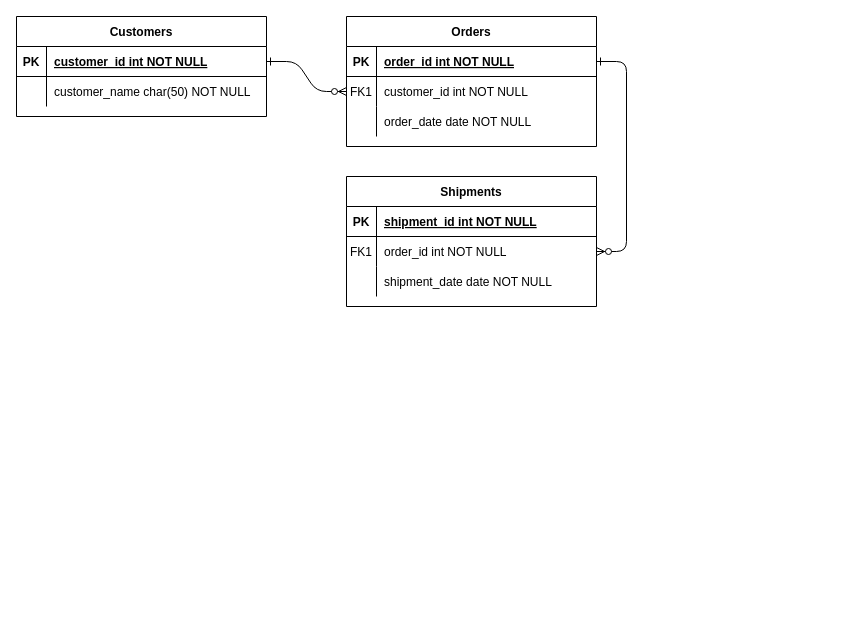
Earlier version of the draw.io diagram src/api/v1/Untitled Diagram.drawio (tuantransn2001/NestJS-E-Commerce-API). Source tidied: cells renumbered, new cells numbered last; positions are measured from the earlier drawing's top-left corner, leaving out a move shared by most shapes. Both pictures are drawn from the tidied source at 100%, with x=0, y=0 at pixel (16, 16).
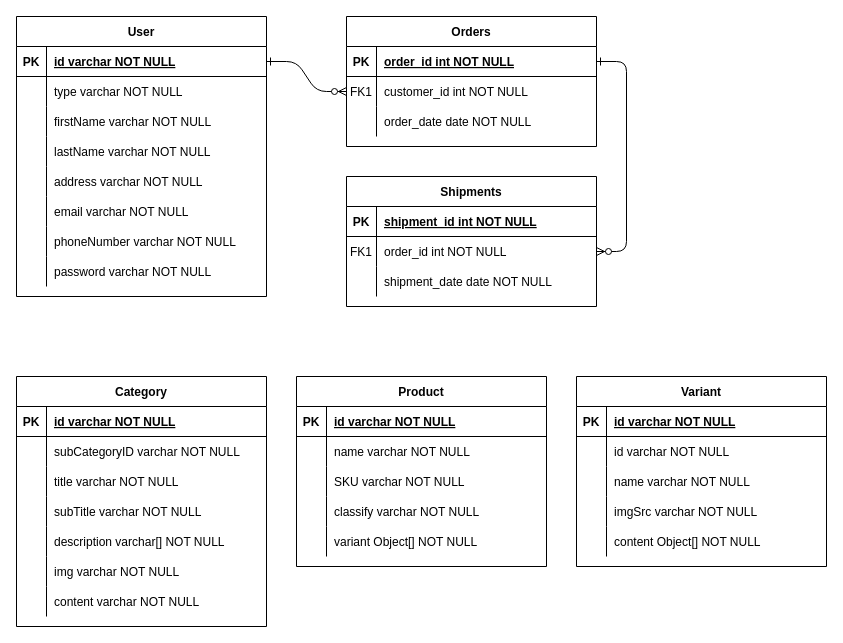
The same diagram, later.

The change refers to these unchanged cells:
```xml
<mxCell id="25" style="shape=partialRectangle;fillColor=none;points=[[0,0.5],[1,0.5]];portConstraint=eastwest;top=0;left=0;right=0;bottom=1;" parent="24" vertex="1">
  <mxGeometry y="30" width="250" height="30" as="geometry" />
</mxCell>
```

Diff of the diagram source:
```diff
@@
-    <mxCell id="24" value="Customers" style="shape=table;startSize=30;childLayout=tableLayout;rowLines=0;fontStyle=1;align=center;" parent="1" vertex="1">
-      <mxGeometry width="250" height="100" as="geometry" />
+    <mxCell id="24" value="User" style="shape=table;startSize=30;childLayout=tableLayout;rowLines=0;fontStyle=1;align=center;" parent="1" vertex="1">
+      <mxGeometry width="250" height="280" as="geometry" />
     </mxCell>
@@
-    <mxCell id="27" value="customer_id int NOT NULL " style="shape=partialRectangle;overflow=hidden;fillColor=none;top=0;left=0;bottom=0;right=0;align=left;spacingLeft=6;fontStyle=5;" parent="25" vertex="1">
+    <mxCell id="27" value="id varchar NOT NULL " style="shape=partialRectangle;overflow=hidden;fillColor=none;top=0;left=0;bottom=0;right=0;align=left;spacingLeft=6;fontStyle=5;" parent="25" vertex="1">
       <mxGeometry x="30" width="220" height="30" as="geometry" />
     </mxCell>
-    <mxCell id="28" style="shape=partialRectangle;fillColor=none;top=0;left=0;right=0;bottom=0;" parent="24" vertex="1">
-      <mxGeometry y="60" width="250" height="30" as="geometry" />
-    </mxCell>
-    <mxCell id="29" style="shape=partialRectangle;overflow=hidden;fillColor=none;top=0;left=0;bottom=0;right=0;" parent="28" vertex="1">
-      <mxGeometry width="30" height="30" as="geometry" />
-    </mxCell>
-    <mxCell id="30" value="customer_name char(50) NOT NULL" style="shape=partialRectangle;overflow=hidden;fillColor=none;top=0;left=0;bottom=0;right=0;align=left;spacingLeft=6;" parent="28" vertex="1">
-      <mxGeometry x="30" width="220" height="30" as="geometry" />
-    </mxCell>
+    <mxCell id="31" style="shape=partialRectangle;fillColor=none;top=0;left=0;right=0;bottom=0;" parent="24" vertex="1">
+      <mxGeometry y="60" width="250" height="30" as="geometry" />
+    </mxCell>
+    <mxCell id="32" style="shape=partialRectangle;overflow=hidden;fillColor=none;top=0;left=0;bottom=0;right=0;" parent="31" vertex="1">
+      <mxGeometry width="30" height="30" as="geometry" />
+    </mxCell>
+    <mxCell id="33" value="type varchar NOT NULL" style="shape=partialRectangle;overflow=hidden;fillColor=none;top=0;left=0;bottom=0;right=0;align=left;spacingLeft=6;" parent="31" vertex="1">
+      <mxGeometry x="30" width="220" height="30" as="geometry" />
+    </mxCell>
+    <mxCell id="34" style="shape=partialRectangle;fillColor=none;top=0;left=0;right=0;bottom=0;" parent="24" vertex="1">
+      <mxGeometry y="90" width="250" height="30" as="geometry" />
+    </mxCell>
+    <mxCell id="35" style="shape=partialRectangle;overflow=hidden;fillColor=none;top=0;left=0;bottom=0;right=0;" parent="34" vertex="1">
+      <mxGeometry width="30" height="30" as="geometry" />
+    </mxCell>
+    <mxCell id="36" value="firstName varchar NOT NULL" style="shape=partialRectangle;overflow=hidden;fillColor=none;top=0;left=0;bottom=0;right=0;align=left;spacingLeft=6;" parent="34" vertex="1">
+      <mxGeometry x="30" width="220" height="30" as="geometry" />
+    </mxCell>
+    <mxCell id="37" style="shape=partialRectangle;fillColor=none;top=0;left=0;right=0;bottom=0;" parent="24" vertex="1">
+      <mxGeometry y="120" width="250" height="30" as="geometry" />
+    </mxCell>
+    <mxCell id="38" style="shape=partialRectangle;overflow=hidden;fillColor=none;top=0;left=0;bottom=0;right=0;" parent="37" vertex="1">
+      <mxGeometry width="30" height="30" as="geometry" />
+    </mxCell>
+    <mxCell id="39" value="lastName varchar NOT NULL" style="shape=partialRectangle;overflow=hidden;fillColor=none;top=0;left=0;bottom=0;right=0;align=left;spacingLeft=6;" parent="37" vertex="1">
+      <mxGeometry x="30" width="220" height="30" as="geometry" />
+    </mxCell>
+    <mxCell id="40" style="shape=partialRectangle;fillColor=none;top=0;left=0;right=0;bottom=0;" parent="24" vertex="1">
+      <mxGeometry y="150" width="250" height="30" as="geometry" />
+    </mxCell>
+    <mxCell id="41" style="shape=partialRectangle;overflow=hidden;fillColor=none;top=0;left=0;bottom=0;right=0;" parent="40" vertex="1">
+      <mxGeometry width="30" height="30" as="geometry" />
+    </mxCell>
+    <mxCell id="42" value="address varchar NOT NULL" style="shape=partialRectangle;overflow=hidden;fillColor=none;top=0;left=0;bottom=0;right=0;align=left;spacingLeft=6;" parent="40" vertex="1">
+      <mxGeometry x="30" width="220" height="30" as="geometry" />
+    </mxCell>
+    <mxCell id="43" style="shape=partialRectangle;fillColor=none;top=0;left=0;right=0;bottom=0;" parent="24" vertex="1">
+      <mxGeometry y="180" width="250" height="30" as="geometry" />
+    </mxCell>
+    <mxCell id="44" style="shape=partialRectangle;overflow=hidden;fillColor=none;top=0;left=0;bottom=0;right=0;" parent="43" vertex="1">
+      <mxGeometry width="30" height="30" as="geometry" />
+    </mxCell>
+    <mxCell id="45" value="email varchar NOT NULL" style="shape=partialRectangle;overflow=hidden;fillColor=none;top=0;left=0;bottom=0;right=0;align=left;spacingLeft=6;" parent="43" vertex="1">
+      <mxGeometry x="30" width="220" height="30" as="geometry" />
+    </mxCell>
+    <mxCell id="46" style="shape=partialRectangle;fillColor=none;top=0;left=0;right=0;bottom=0;" parent="24" vertex="1">
+      <mxGeometry y="210" width="250" height="30" as="geometry" />
+    </mxCell>
+    <mxCell id="47" style="shape=partialRectangle;overflow=hidden;fillColor=none;top=0;left=0;bottom=0;right=0;" parent="46" vertex="1">
+      <mxGeometry width="30" height="30" as="geometry" />
+    </mxCell>
+    <mxCell id="48" value="phoneNumber varchar NOT NULL" style="shape=partialRectangle;overflow=hidden;fillColor=none;top=0;left=0;bottom=0;right=0;align=left;spacingLeft=6;" parent="46" vertex="1">
+      <mxGeometry x="30" width="220" height="30" as="geometry" />
+    </mxCell>
+    <mxCell id="49" style="shape=partialRectangle;fillColor=none;top=0;left=0;right=0;bottom=0;" parent="24" vertex="1">
+      <mxGeometry y="240" width="250" height="30" as="geometry" />
+    </mxCell>
+    <mxCell id="50" style="shape=partialRectangle;overflow=hidden;fillColor=none;top=0;left=0;bottom=0;right=0;" parent="49" vertex="1">
+      <mxGeometry width="30" height="30" as="geometry" />
+    </mxCell>
+    <mxCell id="51" value="password varchar NOT NULL" style="shape=partialRectangle;overflow=hidden;fillColor=none;top=0;left=0;bottom=0;right=0;align=left;spacingLeft=6;" parent="49" vertex="1">
+      <mxGeometry x="30" width="220" height="30" as="geometry" />
+    </mxCell>
+    <mxCell id="52" value="Category" style="shape=table;startSize=30;childLayout=tableLayout;rowLines=0;fontStyle=1;align=center;" parent="1" vertex="1">
+      <mxGeometry y="360" width="250" height="250" as="geometry" />
+    </mxCell>
+    <mxCell id="53" style="shape=partialRectangle;fillColor=none;top=0;left=0;right=0;bottom=1;" parent="52" vertex="1">
+      <mxGeometry y="30" width="250" height="30" as="geometry" />
+    </mxCell>
+    <mxCell id="54" value="PK" style="shape=partialRectangle;overflow=hidden;fillColor=none;top=0;left=0;bottom=0;right=0;fontStyle=1;" parent="53" vertex="1">
+      <mxGeometry width="30" height="30" as="geometry" />
+    </mxCell>
+    <mxCell id="55" value="id varchar NOT NULL " style="shape=partialRectangle;overflow=hidden;fillColor=none;top=0;left=0;bottom=0;right=0;align=left;spacingLeft=6;fontStyle=5;" parent="53" vertex="1">
+      <mxGeometry x="30" width="220" height="30" as="geometry" />
+    </mxCell>
+    <mxCell id="56" style="shape=partialRectangle;fillColor=none;top=0;left=0;right=0;bottom=0;" parent="52" vertex="1">
+      <mxGeometry y="60" width="250" height="30" as="geometry" />
+    </mxCell>
+    <mxCell id="57" style="shape=partialRectangle;overflow=hidden;fillColor=none;top=0;left=0;bottom=0;right=0;" parent="56" vertex="1">
+      <mxGeometry width="30" height="30" as="geometry" />
+    </mxCell>
+    <mxCell id="58" value="subCategoryID varchar NOT NULL" style="shape=partialRectangle;overflow=hidden;fillColor=none;top=0;left=0;bottom=0;right=0;align=left;spacingLeft=6;" parent="56" vertex="1">
+      <mxGeometry x="30" width="220" height="30" as="geometry" />
+    </mxCell>
+    <mxCell id="59" style="shape=partialRectangle;fillColor=none;top=0;left=0;right=0;bottom=0;" parent="52" vertex="1">
+      <mxGeometry y="90" width="250" height="30" as="geometry" />
+    </mxCell>
+    <mxCell id="60" style="shape=partialRectangle;overflow=hidden;fillColor=none;top=0;left=0;bottom=0;right=0;" parent="59" vertex="1">
+      <mxGeometry width="30" height="30" as="geometry" />
+    </mxCell>
+    <mxCell id="61" value="title varchar NOT NULL" style="shape=partialRectangle;overflow=hidden;fillColor=none;top=0;left=0;bottom=0;right=0;align=left;spacingLeft=6;" parent="59" vertex="1">
+      <mxGeometry x="30" width="220" height="30" as="geometry" />
+    </mxCell>
+    <mxCell id="62" style="shape=partialRectangle;fillColor=none;top=0;left=0;right=0;bottom=0;" parent="52" vertex="1">
+      <mxGeometry y="120" width="250" height="30" as="geometry" />
+    </mxCell>
+    <mxCell id="63" style="shape=partialRectangle;overflow=hidden;fillColor=none;top=0;left=0;bottom=0;right=0;" parent="62" vertex="1">
+      <mxGeometry width="30" height="30" as="geometry" />
+    </mxCell>
+    <mxCell id="64" value="subTitle varchar NOT NULL" style="shape=partialRectangle;overflow=hidden;fillColor=none;top=0;left=0;bottom=0;right=0;align=left;spacingLeft=6;" parent="62" vertex="1">
+      <mxGeometry x="30" width="220" height="30" as="geometry" />
+    </mxCell>
+    <mxCell id="65" style="shape=partialRectangle;fillColor=none;top=0;left=0;right=0;bottom=0;" parent="52" vertex="1">
+      <mxGeometry y="150" width="250" height="30" as="geometry" />
+    </mxCell>
+    <mxCell id="66" style="shape=partialRectangle;overflow=hidden;fillColor=none;top=0;left=0;bottom=0;right=0;" parent="65" vertex="1">
+      <mxGeometry width="30" height="30" as="geometry" />
+    </mxCell>
+    <mxCell id="67" value="description varchar[] NOT NULL" style="shape=partialRectangle;overflow=hidden;fillColor=none;top=0;left=0;bottom=0;right=0;align=left;spacingLeft=6;" parent="65" vertex="1">
+      <mxGeometry x="30" width="220" height="30" as="geometry" />
+    </mxCell>
+    <mxCell id="68" style="shape=partialRectangle;fillColor=none;top=0;left=0;right=0;bottom=0;" parent="52" vertex="1">
+      <mxGeometry y="180" width="250" height="30" as="geometry" />
+    </mxCell>
+    <mxCell id="69" style="shape=partialRectangle;overflow=hidden;fillColor=none;top=0;left=0;bottom=0;right=0;" parent="68" vertex="1">
+      <mxGeometry width="30" height="30" as="geometry" />
+    </mxCell>
+    <mxCell id="70" value="img varchar NOT NULL" style="shape=partialRectangle;overflow=hidden;fillColor=none;top=0;left=0;bottom=0;right=0;align=left;spacingLeft=6;" parent="68" vertex="1">
+      <mxGeometry x="30" width="220" height="30" as="geometry" />
+    </mxCell>
+    <mxCell id="71" style="shape=partialRectangle;fillColor=none;top=0;left=0;right=0;bottom=0;" parent="52" vertex="1">
+      <mxGeometry y="210" width="250" height="30" as="geometry" />
+    </mxCell>
+    <mxCell id="72" style="shape=partialRectangle;overflow=hidden;fillColor=none;top=0;left=0;bottom=0;right=0;" parent="71" vertex="1">
+      <mxGeometry width="30" height="30" as="geometry" />
+    </mxCell>
+    <mxCell id="73" value="content varchar NOT NULL" style="shape=partialRectangle;overflow=hidden;fillColor=none;top=0;left=0;bottom=0;right=0;align=left;spacingLeft=6;" parent="71" vertex="1">
+      <mxGeometry x="30" width="220" height="30" as="geometry" />
+    </mxCell>
+    <mxCell id="74" value="Product" style="shape=table;startSize=30;childLayout=tableLayout;rowLines=0;fontStyle=1;align=center;" parent="1" vertex="1">
+      <mxGeometry x="280" y="360" width="250" height="190" as="geometry" />
+    </mxCell>
+    <mxCell id="75" style="shape=partialRectangle;fillColor=none;top=0;left=0;right=0;bottom=1;" parent="74" vertex="1">
+      <mxGeometry y="30" width="250" height="30" as="geometry" />
+    </mxCell>
+    <mxCell id="76" value="PK" style="shape=partialRectangle;overflow=hidden;fillColor=none;top=0;left=0;bottom=0;right=0;fontStyle=1;" parent="75" vertex="1">
+      <mxGeometry width="30" height="30" as="geometry" />
+    </mxCell>
+    <mxCell id="77" value="id varchar NOT NULL " style="shape=partialRectangle;overflow=hidden;fillColor=none;top=0;left=0;bottom=0;right=0;align=left;spacingLeft=6;fontStyle=5;" parent="75" vertex="1">
+      <mxGeometry x="30" width="220" height="30" as="geometry" />
+    </mxCell>
+    <mxCell id="78" style="shape=partialRectangle;fillColor=none;top=0;left=0;right=0;bottom=0;" parent="74" vertex="1">
+      <mxGeometry y="60" width="250" height="30" as="geometry" />
+    </mxCell>
+    <mxCell id="79" style="shape=partialRectangle;overflow=hidden;fillColor=none;top=0;left=0;bottom=0;right=0;" parent="78" vertex="1">
+      <mxGeometry width="30" height="30" as="geometry" />
+    </mxCell>
+    <mxCell id="80" value="name varchar NOT NULL" style="shape=partialRectangle;overflow=hidden;fillColor=none;top=0;left=0;bottom=0;right=0;align=left;spacingLeft=6;" parent="78" vertex="1">
+      <mxGeometry x="30" width="220" height="30" as="geometry" />
+    </mxCell>
+    <mxCell id="81" style="shape=partialRectangle;fillColor=none;top=0;left=0;right=0;bottom=0;" parent="74" vertex="1">
+      <mxGeometry y="90" width="250" height="30" as="geometry" />
+    </mxCell>
+    <mxCell id="82" style="shape=partialRectangle;overflow=hidden;fillColor=none;top=0;left=0;bottom=0;right=0;" parent="81" vertex="1">
+      <mxGeometry width="30" height="30" as="geometry" />
+    </mxCell>
+    <mxCell id="83" value="SKU varchar NOT NULL" style="shape=partialRectangle;overflow=hidden;fillColor=none;top=0;left=0;bottom=0;right=0;align=left;spacingLeft=6;" parent="81" vertex="1">
+      <mxGeometry x="30" width="220" height="30" as="geometry" />
+    </mxCell>
+    <mxCell id="84" style="shape=partialRectangle;fillColor=none;top=0;left=0;right=0;bottom=0;" parent="74" vertex="1">
+      <mxGeometry y="120" width="250" height="30" as="geometry" />
+    </mxCell>
+    <mxCell id="85" style="shape=partialRectangle;overflow=hidden;fillColor=none;top=0;left=0;bottom=0;right=0;" parent="84" vertex="1">
+      <mxGeometry width="30" height="30" as="geometry" />
+    </mxCell>
+    <mxCell id="86" value="classify varchar NOT NULL" style="shape=partialRectangle;overflow=hidden;fillColor=none;top=0;left=0;bottom=0;right=0;align=left;spacingLeft=6;" parent="84" vertex="1">
+      <mxGeometry x="30" width="220" height="30" as="geometry" />
+    </mxCell>
+    <mxCell id="87" style="shape=partialRectangle;fillColor=none;top=0;left=0;right=0;bottom=0;" parent="74" vertex="1">
+      <mxGeometry y="150" width="250" height="30" as="geometry" />
+    </mxCell>
+    <mxCell id="88" style="shape=partialRectangle;overflow=hidden;fillColor=none;top=0;left=0;bottom=0;right=0;" parent="87" vertex="1">
+      <mxGeometry width="30" height="30" as="geometry" />
+    </mxCell>
+    <mxCell id="89" value="variant Object[] NOT NULL" style="shape=partialRectangle;overflow=hidden;fillColor=none;top=0;left=0;bottom=0;right=0;align=left;spacingLeft=6;" parent="87" vertex="1">
+      <mxGeometry x="30" width="220" height="30" as="geometry" />
+    </mxCell>
+    <mxCell id="90" value="Variant" style="shape=table;startSize=30;childLayout=tableLayout;rowLines=0;fontStyle=1;align=center;" parent="1" vertex="1">
+      <mxGeometry x="560" y="360" width="250" height="190" as="geometry" />
+    </mxCell>
+    <mxCell id="91" style="shape=partialRectangle;fillColor=none;top=0;left=0;right=0;bottom=1;" parent="90" vertex="1">
+      <mxGeometry y="30" width="250" height="30" as="geometry" />
+    </mxCell>
+    <mxCell id="92" value="PK" style="shape=partialRectangle;overflow=hidden;fillColor=none;top=0;left=0;bottom=0;right=0;fontStyle=1;" parent="91" vertex="1">
+      <mxGeometry width="30" height="30" as="geometry" />
+    </mxCell>
+    <mxCell id="93" value="id varchar NOT NULL " style="shape=partialRectangle;overflow=hidden;fillColor=none;top=0;left=0;bottom=0;right=0;align=left;spacingLeft=6;fontStyle=5;" parent="91" vertex="1">
+      <mxGeometry x="30" width="220" height="30" as="geometry" />
+    </mxCell>
+    <mxCell id="94" style="shape=partialRectangle;fillColor=none;top=0;left=0;right=0;bottom=0;" parent="90" vertex="1">
+      <mxGeometry y="60" width="250" height="30" as="geometry" />
+    </mxCell>
+    <mxCell id="95" style="shape=partialRectangle;overflow=hidden;fillColor=none;top=0;left=0;bottom=0;right=0;" parent="94" vertex="1">
+      <mxGeometry width="30" height="30" as="geometry" />
+    </mxCell>
+    <mxCell id="96" value="id varchar NOT NULL" style="shape=partialRectangle;overflow=hidden;fillColor=none;top=0;left=0;bottom=0;right=0;align=left;spacingLeft=6;" parent="94" vertex="1">
+      <mxGeometry x="30" width="220" height="30" as="geometry" />
+    </mxCell>
+    <mxCell id="97" style="shape=partialRectangle;fillColor=none;top=0;left=0;right=0;bottom=0;" parent="90" vertex="1">
+      <mxGeometry y="90" width="250" height="30" as="geometry" />
+    </mxCell>
+    <mxCell id="98" style="shape=partialRectangle;overflow=hidden;fillColor=none;top=0;left=0;bottom=0;right=0;" parent="97" vertex="1">
+      <mxGeometry width="30" height="30" as="geometry" />
+    </mxCell>
+    <mxCell id="99" value="name varchar NOT NULL" style="shape=partialRectangle;overflow=hidden;fillColor=none;top=0;left=0;bottom=0;right=0;align=left;spacingLeft=6;" parent="97" vertex="1">
+      <mxGeometry x="30" width="220" height="30" as="geometry" />
+    </mxCell>
+    <mxCell id="100" style="shape=partialRectangle;fillColor=none;top=0;left=0;right=0;bottom=0;" parent="90" vertex="1">
+      <mxGeometry y="120" width="250" height="30" as="geometry" />
+    </mxCell>
+    <mxCell id="101" style="shape=partialRectangle;overflow=hidden;fillColor=none;top=0;left=0;bottom=0;right=0;" parent="100" vertex="1">
+      <mxGeometry width="30" height="30" as="geometry" />
+    </mxCell>
+    <mxCell id="102" value="imgSrc varchar NOT NULL" style="shape=partialRectangle;overflow=hidden;fillColor=none;top=0;left=0;bottom=0;right=0;align=left;spacingLeft=6;" parent="100" vertex="1">
+      <mxGeometry x="30" width="220" height="30" as="geometry" />
+    </mxCell>
+    <mxCell id="103" style="shape=partialRectangle;fillColor=none;top=0;left=0;right=0;bottom=0;" parent="90" vertex="1">
+      <mxGeometry y="150" width="250" height="30" as="geometry" />
+    </mxCell>
+    <mxCell id="104" style="shape=partialRectangle;overflow=hidden;fillColor=none;top=0;left=0;bottom=0;right=0;" parent="103" vertex="1">
+      <mxGeometry width="30" height="30" as="geometry" />
+    </mxCell>
+    <mxCell id="105" value="content Object[] NOT NULL" style="shape=partialRectangle;overflow=hidden;fillColor=none;top=0;left=0;bottom=0;right=0;align=left;spacingLeft=6;" parent="103" vertex="1">
+      <mxGeometry x="30" width="220" height="30" as="geometry" />
+    </mxCell>
```
